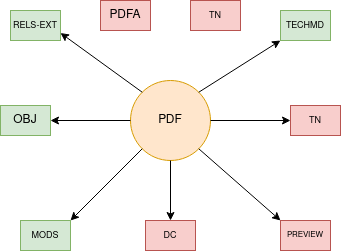
The draw.io diagram docs/source/images/pdf.png in markpbaggett/utk_dc_content_models, before a commit. Source tidied: cells renumbered, new cells last; positions are measured from the earlier drawing's top-left corner, leaving out a move shared by most shapes.
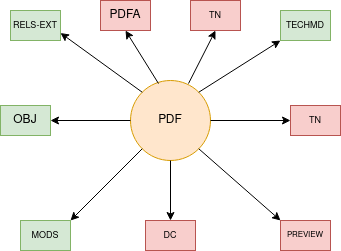
After the change.

Commit message:
Correct PDF diagram.

The edit, as a diff of the source:
```diff
@@ -55,5 +55,11 @@
     <mxCell id="18" value="&lt;font style=&quot;font-size: 9px&quot;&gt;TN&lt;/font&gt;" style="rounded=0;whiteSpace=wrap;html=1;fillColor=#f8cecc;strokeColor=#b85450;" parent="1" vertex="1">
       <mxGeometry x="190" width="50" height="30" as="geometry" />
     </mxCell>
+    <mxCell id="19" style="endArrow=classic;html=1;entryX=0.5;entryY=1;entryDx=0;entryDy=0;exitX=0.725;exitY=0.038;exitDx=0;exitDy=0;exitPerimeter=0;" parent="1" edge="1" source="2" target="18">
+      <mxGeometry relative="1" as="geometry" />
+    </mxCell>
+    <mxCell id="20" style="endArrow=classic;html=1;entryX=0.5;entryY=1;entryDx=0;entryDy=0;exitX=0.35;exitY=0.038;exitDx=0;exitDy=0;exitPerimeter=0;" parent="1" edge="1" source="2" target="17">
+      <mxGeometry relative="1" as="geometry" />
+    </mxCell>
   </root>
 </mxGraphModel>
```
